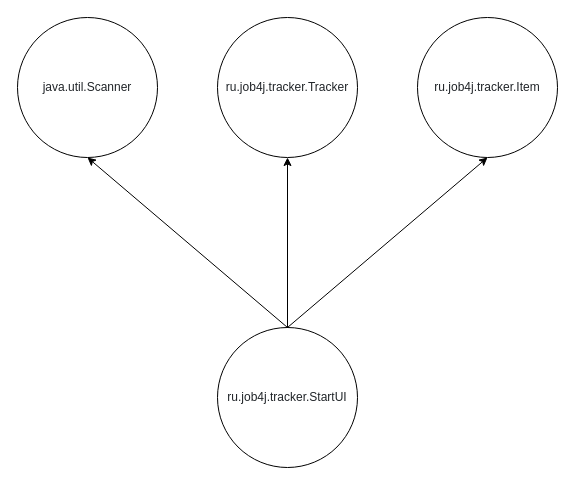
Above: Untitled Diagram.drawio in Vetoshkin-Oleg/job4j_tracker (draw.io), before the change. Source tidied: cells renumbered, new cells numbered last; positions are measured from the earlier drawing's top-left corner, leaving out a move shared by most shapes. Both pictures are drawn from the tidied source at 100%, with x=0, y=0 at pixel (17, 17).
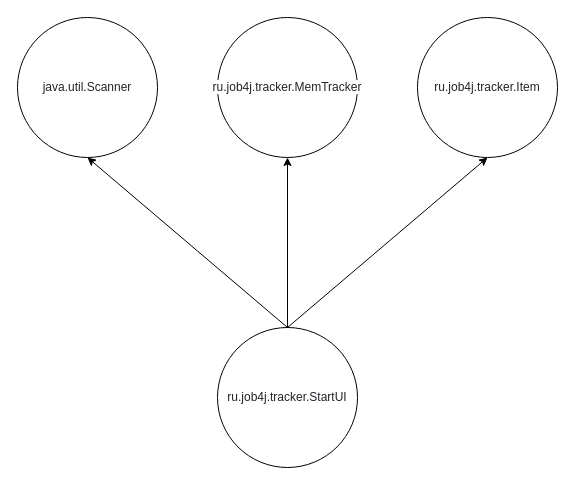
After the change.

What changed in the source:
```diff
@@
 <mxGraphModel>
   <root>
     <mxCell id="0" />
     <mxCell id="1" parent="0" />
     <mxCell id="2" value="&lt;span style=&quot;color: rgb(33 , 37 , 41) ; font-family: &amp;#34;arial&amp;#34; , &amp;#34;helvetica neue&amp;#34; , sans-serif ; text-align: left ; background-color: rgb(255 , 255 , 255)&quot;&gt;&lt;font style=&quot;font-size: 12px&quot;&gt;java.util.Scanner&lt;/font&gt;&lt;/span&gt;" style="ellipse;whiteSpace=wrap;html=1;" parent="1" vertex="1">
       <mxGeometry width="140" height="140" as="geometry" />
     </mxCell>
     <mxCell id="3" value="&lt;span style=&quot;color: rgb(33 , 37 , 41) ; font-family: &amp;#34;arial&amp;#34; , &amp;#34;helvetica neue&amp;#34; , sans-serif ; text-align: left ; background-color: rgb(255 , 255 , 255)&quot;&gt;&lt;font style=&quot;font-size: 12px&quot;&gt;ru.job4j.tracker.StartUI&lt;/font&gt;&lt;/span&gt;" style="ellipse;whiteSpace=wrap;html=1;" parent="1" vertex="1">
       <mxGeometry x="200" y="310" width="140" height="140" as="geometry" />
     </mxCell>
-    <mxCell id="4" value="&lt;span style=&quot;color: rgb(33 , 37 , 41) ; font-family: &amp;#34;arial&amp;#34; , &amp;#34;helvetica neue&amp;#34; , sans-serif ; text-align: left ; background-color: rgb(255 , 255 , 255)&quot;&gt;&lt;font style=&quot;font-size: 12px&quot;&gt;ru.job4j.tracker.Tracker&lt;/font&gt;&lt;/span&gt;" style="ellipse;whiteSpace=wrap;html=1;" parent="1" vertex="1">
+    <mxCell id="4" value="&lt;span style=&quot;color: rgb(33 , 37 , 41) ; font-family: &amp;#34;arial&amp;#34; , &amp;#34;helvetica neue&amp;#34; , sans-serif ; text-align: left ; background-color: rgb(255 , 255 , 255)&quot;&gt;&lt;font style=&quot;font-size: 12px&quot;&gt;ru.job4j.tracker.MemTracker&lt;/font&gt;&lt;/span&gt;" style="ellipse;whiteSpace=wrap;html=1;" parent="1" vertex="1">
       <mxGeometry x="200" width="140" height="140" as="geometry" />
     </mxCell>
     <mxCell id="5" value="&lt;span style=&quot;color: rgb(33 , 37 , 41) ; font-family: &amp;#34;arial&amp;#34; , &amp;#34;helvetica neue&amp;#34; , sans-serif ; text-align: left ; background-color: rgb(255 , 255 , 255)&quot;&gt;&lt;font style=&quot;font-size: 12px&quot;&gt;ru.job4j.tracker.Item&lt;/font&gt;&lt;/span&gt;" style="ellipse;whiteSpace=wrap;html=1;" parent="1" vertex="1">
       <mxGeometry x="400" width="140" height="140" as="geometry" />
     </mxCell>
     <mxCell id="6" style="endArrow=classic;html=1;rounded=0;fontSize=12;exitX=0.5;exitY=0;exitDx=0;exitDy=0;entryX=0.5;entryY=1;entryDx=0;entryDy=0;" parent="1" edge="1" source="3" target="2">
       <mxGeometry relative="1" as="geometry" />
     </mxCell>
     <mxCell id="7" style="endArrow=classic;html=1;rounded=0;fontSize=12;entryX=0.5;entryY=1;entryDx=0;entryDy=0;" parent="1" edge="1" target="4">
       <mxGeometry relative="1" as="geometry">
         <mxPoint x="270" y="310" as="sourcePoint" />
       </mxGeometry>
     </mxCell>
     <mxCell id="8" style="endArrow=classic;html=1;rounded=0;fontSize=12;entryX=0.5;entryY=1;entryDx=0;entryDy=0;exitX=0.5;exitY=0;exitDx=0;exitDy=0;" parent="1" edge="1" source="3" target="5">
       <mxGeometry relative="1" as="geometry" />
     </mxCell>
   </root>
 </mxGraphModel>
```
